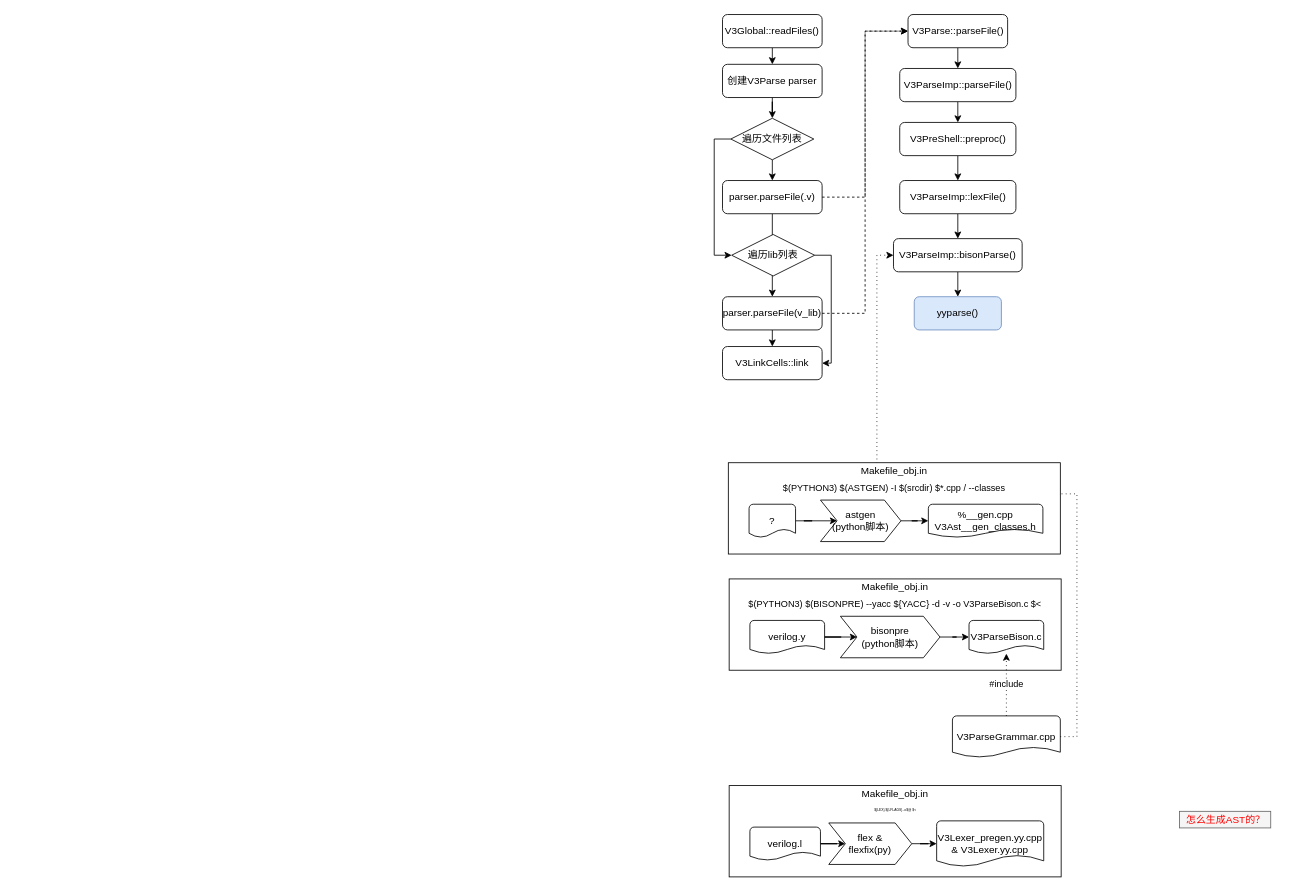
Dercury/CLDK keeps this draw.io diagram as verilator_digrams/V3Parse.drawio. Above is the earlier version. Source tidied: cells renumbered, new cells numbered last; positions are measured from the earlier drawing's top-left corner, leaving out a move shared by most shapes. Both pictures are drawn from the tidied source at 83%, with x=0, y=0 at pixel (722, 14).
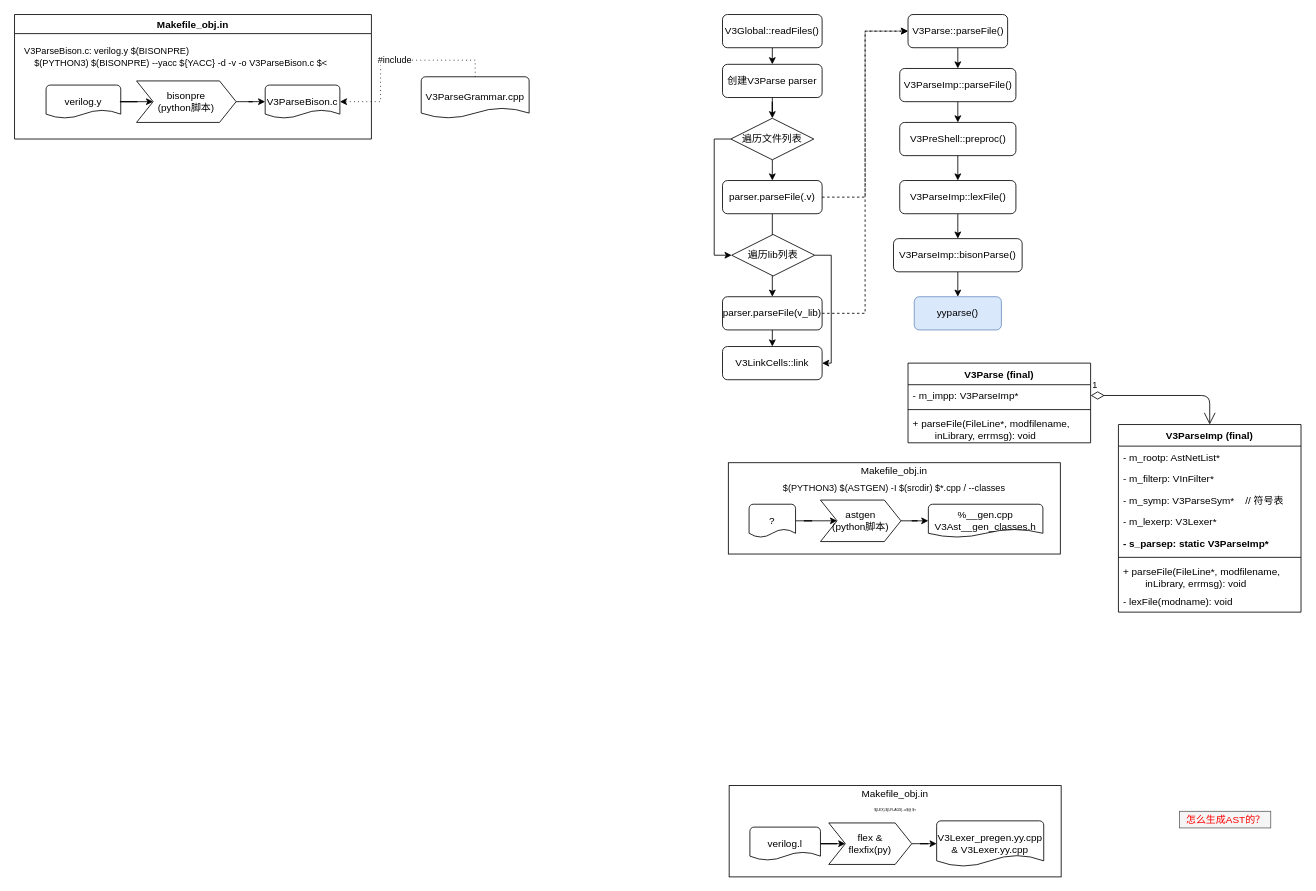
The same diagram, later.

The change refers to these unchanged cells:
```xml
<mxCell id="24" value="V3ParseImp::bisonParse()" style="rounded=1;whiteSpace=wrap;html=1;fontSize=12;glass=0;strokeWidth=1;shadow=0;" parent="1" vertex="1">
  <mxGeometry x="206" y="270" width="155" height="40" as="geometry" />
</mxCell>
```

What changed in the source:
```diff
@@
-    <mxCell id="2" style="rounded=0;whiteSpace=wrap;html=1;strokeWidth=1;" parent="1" vertex="1">
-      <mxGeometry x="8" y="680" width="400" height="110" as="geometry" />
-    </mxCell>
@@
-    <mxCell id="26" style="edgeStyle=orthogonalEdgeStyle;rounded=0;jumpSize=6;jettySize=auto;html=1;strokeWidth=1;" parent="1" edge="1" source="27" target="30">
-      <mxGeometry relative="1" as="geometry" />
-    </mxCell>
-    <mxCell id="27" value="verilog.y" style="strokeWidth=1;html=1;shape=mxgraph.flowchart.document2;whiteSpace=wrap;size=0.25;" parent="1" vertex="1">
-      <mxGeometry x="33" y="730" width="90" height="40" as="geometry" />
-    </mxCell>
-    <mxCell id="28" value="Makefile_obj.in" style="text;html=1;strokeColor=none;fillColor=none;align=center;verticalAlign=middle;whiteSpace=wrap;rounded=0;" parent="1" vertex="1">
-      <mxGeometry x="163" y="680" width="90" height="20" as="geometry" />
-    </mxCell>
-    <mxCell id="29" style="edgeStyle=orthogonalEdgeStyle;rounded=0;jumpSize=6;jettySize=auto;html=1;strokeWidth=1;" parent="1" edge="1" source="30" target="32">
-      <mxGeometry relative="1" as="geometry" />
-    </mxCell>
-    <mxCell id="30" value="&lt;span&gt;bisonpre&lt;/span&gt;&lt;br&gt;&lt;span&gt;(python脚本)&lt;/span&gt;" style="shape=step;perimeter=stepPerimeter;whiteSpace=wrap;html=1;fixedSize=1;strokeWidth=1;" parent="1" vertex="1">
-      <mxGeometry x="142" y="725" width="120" height="50" as="geometry" />
-    </mxCell>
@@
-    <mxCell id="32" value="V3ParseBison.c" style="strokeWidth=1;html=1;shape=mxgraph.flowchart.document2;whiteSpace=wrap;size=0.25;" parent="1" vertex="1">
-      <mxGeometry x="297" y="730" width="90" height="40" as="geometry" />
-    </mxCell>
     <mxCell id="33" value="V3ParseGrammar.cpp" style="strokeWidth=1;html=1;shape=mxgraph.flowchart.document2;whiteSpace=wrap;size=0.25;" parent="1" vertex="1">
-      <mxGeometry x="277" y="845" width="130" height="50" as="geometry" />
+      <mxGeometry x="-363" y="75" width="130" height="50" as="geometry" />
     </mxCell>
-    <mxCell id="34" style="edgeStyle=orthogonalEdgeStyle;rounded=0;jettySize=auto;html=1;exitX=1;exitY=0.5;exitDx=0;exitDy=0;entryX=0;entryY=0.5;entryDx=0;entryDy=0;strokeWidth=1;jumpSize=6;exitPerimeter=0;dashed=1;dashPattern=1 4;" parent="1" edge="1" source="33" target="24">
-      <mxGeometry relative="1" as="geometry" />
-    </mxCell>
@@
-    <mxCell id="36" value="&lt;font style=&quot;font-size: 11px&quot;&gt;$(PYTHON3) $(BISONPRE) --yacc ${YACC} -d -v -o V3ParseBison.c $&amp;lt;&lt;/font&gt;" style="text;whiteSpace=wrap;html=1;fontSize=4;verticalAlign=middle;align=center;" parent="1" vertex="1">
-      <mxGeometry x="11" y="700" width="394" height="20" as="geometry" />
-    </mxCell>
@@
+    <mxCell id="57" value="V3ParseImp (final)" style="swimlane;fontStyle=1;align=center;verticalAlign=top;horizontal=1;startSize=26;" parent="1" vertex="1">
+      <mxGeometry x="477" y="494" width="220" height="226" as="geometry" />
+    </mxCell>
+    <mxCell id="58" value="- m_rootp: AstNetList*" style="text;strokeColor=none;fillColor=none;align=left;verticalAlign=top;spacingLeft=4;spacingRight=4;overflow=hidden;" parent="57" vertex="1">
+      <mxGeometry y="26" width="220" height="26" as="geometry" />
+    </mxCell>
+    <mxCell id="59" value="- m_filterp: VInFilter*" style="text;strokeColor=none;fillColor=none;align=left;verticalAlign=top;spacingLeft=4;spacingRight=4;overflow=hidden;" parent="57" vertex="1">
+      <mxGeometry y="52" width="220" height="26" as="geometry" />
+    </mxCell>
+    <mxCell id="60" value="- m_symp: V3ParseSym*    // 符号表" style="text;strokeColor=none;fillColor=none;align=left;verticalAlign=top;spacingLeft=4;spacingRight=4;overflow=hidden;" parent="57" vertex="1">
+      <mxGeometry y="78" width="220" height="26" as="geometry" />
+    </mxCell>
+    <mxCell id="61" value="- m_lexerp: V3Lexer*" style="text;strokeColor=none;fillColor=none;align=left;verticalAlign=top;spacingLeft=4;spacingRight=4;overflow=hidden;" parent="57" vertex="1">
+      <mxGeometry y="104" width="220" height="26" as="geometry" />
+    </mxCell>
+    <mxCell id="62" value="- s_parsep: static V3ParseImp*" style="text;strokeColor=none;fillColor=none;align=left;verticalAlign=top;spacingLeft=4;spacingRight=4;overflow=hidden;fontStyle=1;" parent="57" vertex="1">
+      <mxGeometry y="130" width="220" height="26" as="geometry" />
+    </mxCell>
+    <mxCell id="63" style="line;strokeWidth=1;fillColor=none;align=left;verticalAlign=middle;spacingTop=-1;spacingLeft=3;spacingRight=3;labelPosition=right;" parent="57" vertex="1">
+      <mxGeometry y="156" width="220" height="8" as="geometry" />
+    </mxCell>
+    <mxCell id="64" value="+ parseFile(FileLine*, modfilename, &#10;        inLibrary, errmsg): void" style="text;strokeColor=none;fillColor=none;align=left;verticalAlign=top;spacingLeft=4;spacingRight=4;overflow=hidden;" parent="57" vertex="1">
+      <mxGeometry y="164" width="220" height="36" as="geometry" />
+    </mxCell>
+    <mxCell id="65" value="- lexFile(modname): void" style="text;strokeColor=none;fillColor=none;align=left;verticalAlign=top;spacingLeft=4;spacingRight=4;overflow=hidden;" parent="57" vertex="1">
+      <mxGeometry y="200" width="220" height="26" as="geometry" />
+    </mxCell>
+    <mxCell id="66" value="V3Parse (final)" style="swimlane;fontStyle=1;align=center;verticalAlign=top;horizontal=1;startSize=26;" parent="1" vertex="1">
+      <mxGeometry x="223.5" y="420" width="220" height="96" as="geometry" />
+    </mxCell>
+    <mxCell id="67" value="- m_impp: V3ParseImp*" style="text;strokeColor=none;fillColor=none;align=left;verticalAlign=top;spacingLeft=4;spacingRight=4;overflow=hidden;points=[[0,0.5],[1,0.5]];portConstraint=eastwest;" parent="66" vertex="1">
+      <mxGeometry y="26" width="220" height="26" as="geometry" />
+    </mxCell>
+    <mxCell id="68" style="line;strokeWidth=1;fillColor=none;align=left;verticalAlign=middle;spacingTop=-1;spacingLeft=3;spacingRight=3;labelPosition=right;" parent="66" vertex="1">
+      <mxGeometry y="52" width="220" height="8" as="geometry" />
+    </mxCell>
+    <mxCell id="69" value="+ parseFile(FileLine*, modfilename, &#10;        inLibrary, errmsg): void" style="text;strokeColor=none;fillColor=none;align=left;verticalAlign=top;spacingLeft=4;spacingRight=4;overflow=hidden;" parent="66" vertex="1">
+      <mxGeometry y="60" width="220" height="36" as="geometry" />
+    </mxCell>
+    <mxCell id="70" value="1" style="endArrow=open;html=1;endSize=12;startArrow=diamondThin;startSize=14;startFill=0;edgeStyle=orthogonalEdgeStyle;align=left;verticalAlign=bottom;exitX=1;exitY=0.5;exitDx=0;exitDy=0;" parent="1" edge="1" source="67" target="57">
+      <mxGeometry x="-1" y="3" relative="1" as="geometry" />
+    </mxCell>
+    <mxCell id="28" value="Makefile_obj.in" style="swimlane;strokeWidth=1;" parent="1" vertex="1">
+      <mxGeometry x="-853" width="430" height="150" as="geometry" />
+    </mxCell>
+    <mxCell id="36" value="&lt;font style=&quot;font-size: 11px&quot;&gt;V3ParseBison.c: verilog.y $(BISONPRE)&lt;br&gt;&amp;nbsp; &amp;nbsp; $(PYTHON3) $(BISONPRE) --yacc ${YACC} -d -v -o V3ParseBison.c $&amp;lt;&lt;/font&gt;" style="text;whiteSpace=wrap;html=1;fontSize=4;verticalAlign=middle;align=left;" parent="28" vertex="1">
+      <mxGeometry x="10" y="31" width="410" height="39" as="geometry" />
+    </mxCell>
+    <mxCell id="27" value="verilog.y" style="strokeWidth=1;html=1;shape=mxgraph.flowchart.document2;whiteSpace=wrap;size=0.25;" parent="28" vertex="1">
+      <mxGeometry x="38" y="85" width="90" height="40" as="geometry" />
+    </mxCell>
+    <mxCell id="30" value="&lt;span&gt;bisonpre&lt;/span&gt;&lt;br&gt;&lt;span&gt;(python脚本)&lt;/span&gt;" style="shape=step;perimeter=stepPerimeter;whiteSpace=wrap;html=1;fixedSize=1;strokeWidth=1;" parent="28" vertex="1">
+      <mxGeometry x="147" y="80" width="120" height="50" as="geometry" />
+    </mxCell>
+    <mxCell id="26" style="edgeStyle=orthogonalEdgeStyle;rounded=0;jumpSize=6;jettySize=auto;html=1;strokeWidth=1;" parent="28" edge="1" source="27" target="30">
+      <mxGeometry relative="1" as="geometry" />
+    </mxCell>
+    <mxCell id="32" value="V3ParseBison.c" style="strokeWidth=1;html=1;shape=mxgraph.flowchart.document2;whiteSpace=wrap;size=0.25;" parent="28" vertex="1">
+      <mxGeometry x="302" y="85" width="90" height="40" as="geometry" />
+    </mxCell>
+    <mxCell id="29" style="edgeStyle=orthogonalEdgeStyle;rounded=0;jumpSize=6;jettySize=auto;html=1;strokeWidth=1;" parent="28" edge="1" source="30" target="32">
+      <mxGeometry relative="1" as="geometry" />
+    </mxCell>
```
